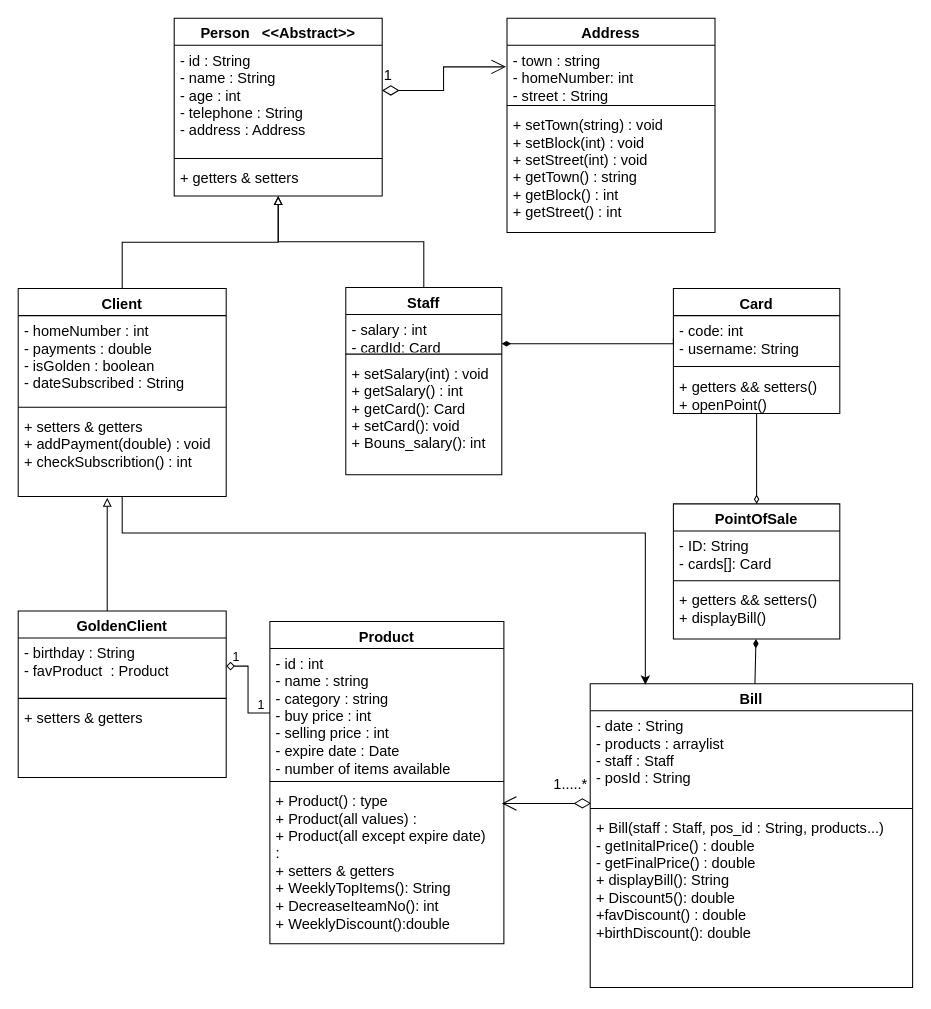
Above: UML/supermarket-uml.drawio in DiaaAhmedHassan/SuperMarketSystem (draw.io), before the change. Source tidied: cells renumbered, new cells numbered last; positions are measured from the earlier drawing's top-left corner, leaving out a move shared by most shapes. Both pictures are drawn from the tidied source at 104%, with x=0, y=0 at pixel (18, 18).
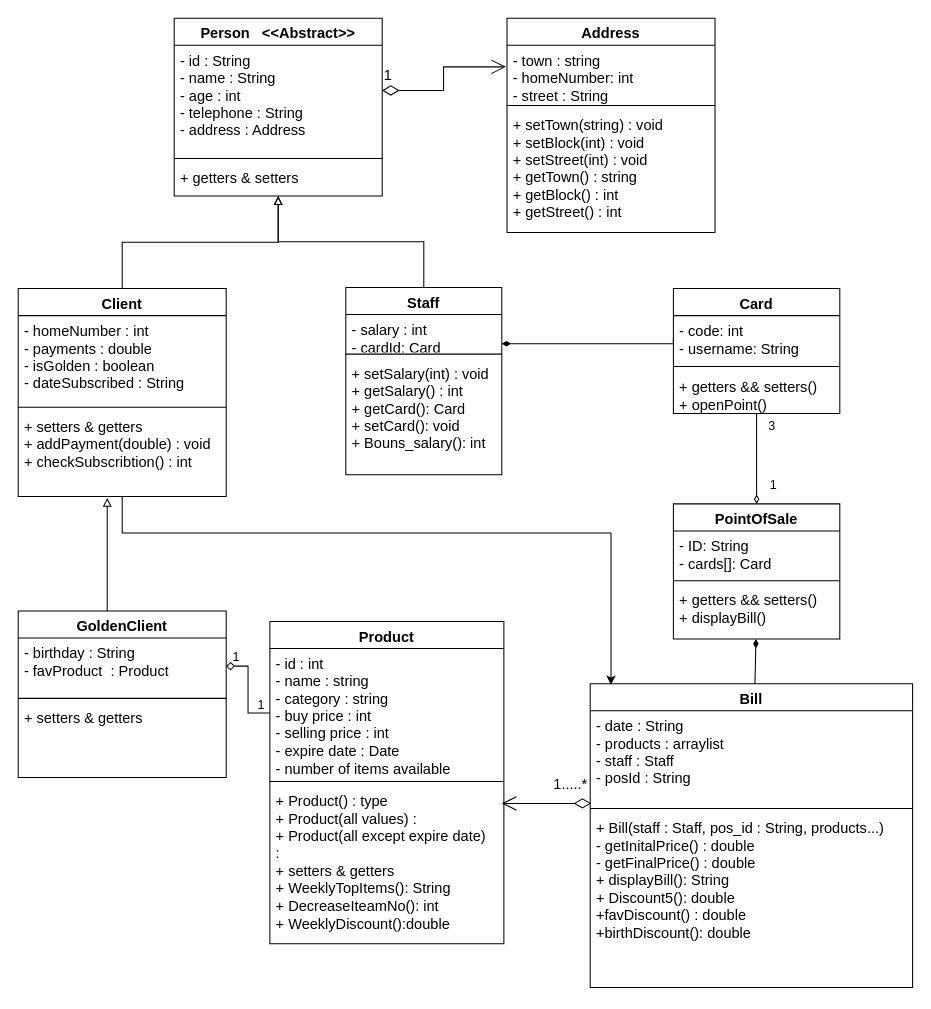
Above is the later version.

Unchanged cells that the change refers to:
```xml
<mxCell id="9" value="+ setters &amp;amp; getters&lt;br style=&quot;font-size: 14px;&quot;&gt;+ addPayment(double) : void&lt;br style=&quot;font-size: 14px;&quot;&gt;+ checkSubscribtion() : int" style="text;strokeColor=none;fillColor=none;align=left;verticalAlign=top;spacingLeft=4;spacingRight=4;overflow=hidden;points=[[0,0.5],[1,0.5]];portConstraint=eastwest;whiteSpace=wrap;html=1;labelBackgroundColor=none;horizontal=1;fontSize=14;" parent="6" vertex="1">
  <mxGeometry y="118" width="200" height="82" as="geometry" />
</mxCell>
<mxCell id="20" value="Bill" style="swimlane;fontStyle=1;align=center;verticalAlign=top;horizontal=1;startSize=26;whiteSpace=wrap;html=1;labelBackgroundColor=none;fontSize=14;" parent="1" vertex="1">
  <mxGeometry x="550" y="640" width="310" height="292" as="geometry" />
</mxCell>
```

The edit, as a diff of the source:
```diff
@@
-    <mxCell id="48" style="edgeStyle=orthogonalEdgeStyle;rounded=0;jettySize=auto;html=1;entryX=0.171;entryY=0.003;entryDx=0;entryDy=0;entryPerimeter=0;" parent="1" edge="1" source="9" target="20">
+    <mxCell id="48" style="edgeStyle=orthogonalEdgeStyle;rounded=0;jettySize=auto;html=1;" parent="1" edge="1" source="9">
       <mxGeometry relative="1" as="geometry">
+        <mxPoint x="570" y="641" as="targetPoint" />
         <Array as="points">
           <mxPoint x="100" y="495" />
-          <mxPoint x="603" y="495" />
+          <mxPoint x="570" y="495" />
+          <mxPoint x="570" y="641" />
         </Array>
       </mxGeometry>
     </mxCell>
@@
+    <mxCell id="50" value="1" style="text;html=1;strokeColor=none;fillColor=none;align=center;verticalAlign=middle;whiteSpace=wrap;rounded=0;" parent="1" vertex="1">
+      <mxGeometry x="713" y="441" width="27" height="16" as="geometry" />
+    </mxCell>
+    <mxCell id="51" value="3" style="text;html=1;strokeColor=none;fillColor=none;align=center;verticalAlign=middle;whiteSpace=wrap;rounded=0;" parent="1" vertex="1">
+      <mxGeometry x="710" y="385" width="30" height="13" as="geometry" />
+    </mxCell>
```
